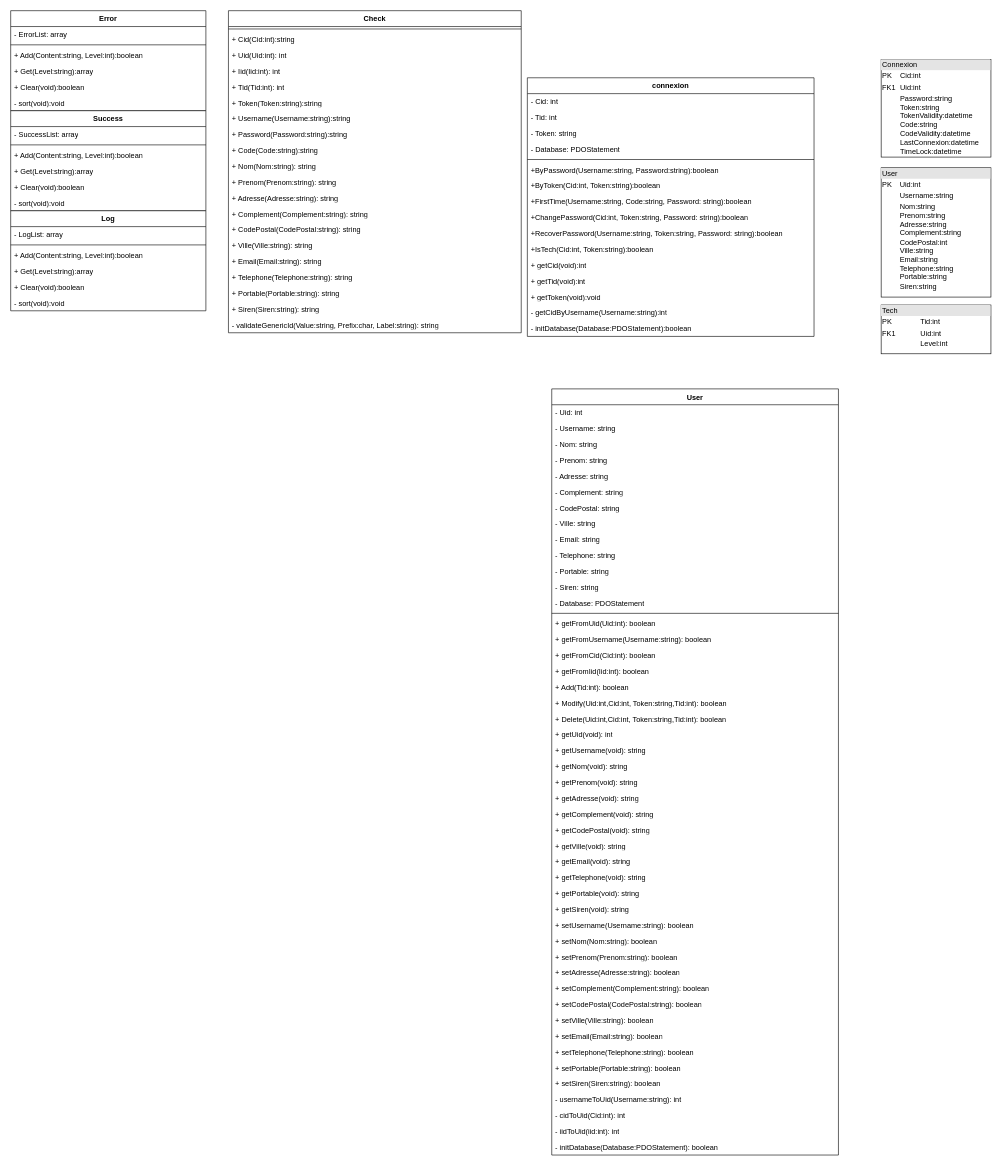
The draw.io diagram Docs/Diagram/ClassDiagram.drawio in ROYJohan08/RJI-User.royjohan.fr, before the edit. Source tidied: cells renumbered, new cells numbered last; positions are measured from the earlier drawing's top-left corner, leaving out a move shared by most shapes. Both pictures are drawn from the tidied source at 61%, with x=0, y=0 at pixel (10, 10).
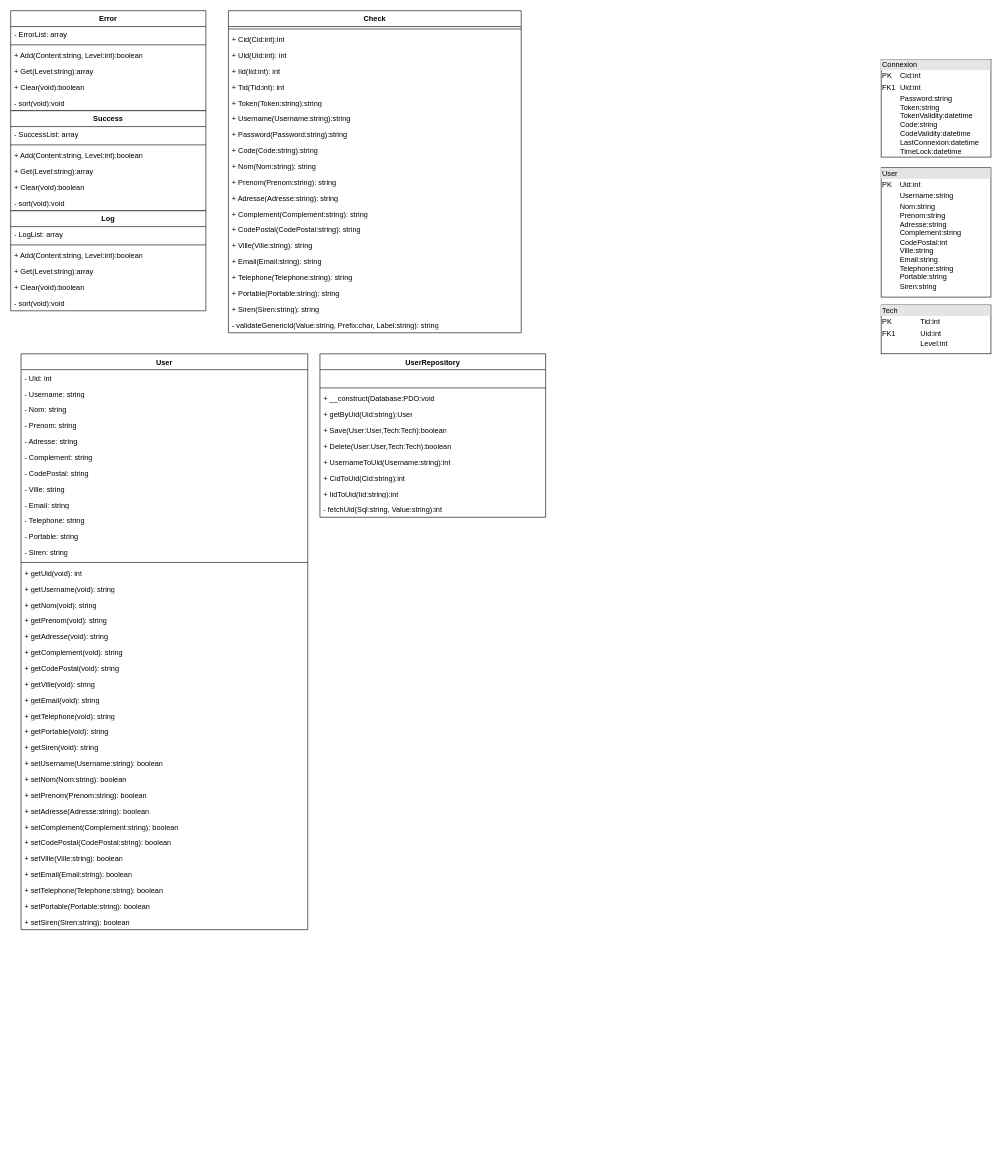
The same page after the edit.

Unchanged cells that the change refers to:
```xml
<mxCell id="71" value="Check" style="swimlane;fontStyle=1;align=center;verticalAlign=top;horizontal=1;startSize=26;whiteSpace=wrap;html=1;" parent="1" vertex="1">
  <mxGeometry x="357" width="480" height="528" as="geometry" />
</mxCell>
```

What changed in the source:
```diff
@@
-    <mxCell id="2" value="connexion" style="swimlane;fontStyle=1;align=center;verticalAlign=top;horizontal=1;startSize=26;whiteSpace=wrap;html=1;" parent="1" vertex="1">
-      <mxGeometry x="847" y="110" width="470" height="424" as="geometry" />
-    </mxCell>
-    <mxCell id="3" value="- Cid: int" style="text;strokeColor=none;fillColor=none;align=left;verticalAlign=top;spacingLeft=4;spacingRight=4;overflow=hidden;whiteSpace=wrap;html=1;" parent="2" vertex="1">
-      <mxGeometry y="26" width="470" height="26" as="geometry" />
-    </mxCell>
-    <mxCell id="4" value="- Tid: int" style="text;strokeColor=none;fillColor=none;align=left;verticalAlign=top;spacingLeft=4;spacingRight=4;overflow=hidden;whiteSpace=wrap;html=1;" parent="2" vertex="1">
-      <mxGeometry y="52" width="470" height="26" as="geometry" />
-    </mxCell>
-    <mxCell id="5" value="- Token: string" style="text;strokeColor=none;fillColor=none;align=left;verticalAlign=top;spacingLeft=4;spacingRight=4;overflow=hidden;whiteSpace=wrap;html=1;" parent="2" vertex="1">
-      <mxGeometry y="78" width="470" height="26" as="geometry" />
-    </mxCell>
-    <mxCell id="6" value="- Database: PDOStatement" style="text;strokeColor=none;fillColor=none;align=left;verticalAlign=top;spacingLeft=4;spacingRight=4;overflow=hidden;whiteSpace=wrap;html=1;" parent="2" vertex="1">
-      <mxGeometry y="104" width="470" height="26" as="geometry" />
-    </mxCell>
-    <mxCell id="7" style="line;strokeWidth=1;fillColor=none;align=left;verticalAlign=middle;spacingTop=-1;spacingLeft=3;spacingRight=3;labelPosition=right;strokeColor=inherit;" parent="2" vertex="1">
-      <mxGeometry y="130" width="470" height="8" as="geometry" />
-    </mxCell>
-    <mxCell id="8" value="+ByPassword(Username:string, Password:string):boolean" style="text;strokeColor=none;fillColor=none;align=left;verticalAlign=top;spacingLeft=4;spacingRight=4;overflow=hidden;whiteSpace=wrap;html=1;" parent="2" vertex="1">
-      <mxGeometry y="138" width="470" height="26" as="geometry" />
-    </mxCell>
-    <mxCell id="9" value="+ByToken(Cid:int, Token:string):boolean" style="text;strokeColor=none;fillColor=none;align=left;verticalAlign=top;spacingLeft=4;spacingRight=4;overflow=hidden;whiteSpace=wrap;html=1;" parent="2" vertex="1">
-      <mxGeometry y="164" width="470" height="26" as="geometry" />
-    </mxCell>
-    <mxCell id="10" value="+FirstTime(Username:string, Code:string, Password: string):boolean" style="text;strokeColor=none;fillColor=none;align=left;verticalAlign=top;spacingLeft=4;spacingRight=4;overflow=hidden;whiteSpace=wrap;html=1;" parent="2" vertex="1">
-      <mxGeometry y="190" width="470" height="26" as="geometry" />
-    </mxCell>
-    <mxCell id="11" value="+ChangePassword(Cid:int, Token:string, Password: string):boolean" style="text;strokeColor=none;fillColor=none;align=left;verticalAlign=top;spacingLeft=4;spacingRight=4;overflow=hidden;whiteSpace=wrap;html=1;" parent="2" vertex="1">
-      <mxGeometry y="216" width="470" height="26" as="geometry" />
-    </mxCell>
-    <mxCell id="12" value="+RecoverPassword(Username:string, Token:string, Password: string):boolean" style="text;strokeColor=none;fillColor=none;align=left;verticalAlign=top;spacingLeft=4;spacingRight=4;overflow=hidden;whiteSpace=wrap;html=1;" parent="2" vertex="1">
-      <mxGeometry y="242" width="470" height="26" as="geometry" />
-    </mxCell>
-    <mxCell id="13" value="+IsTech(Cid:int, Token:string):boolean" style="text;strokeColor=none;fillColor=none;align=left;verticalAlign=top;spacingLeft=4;spacingRight=4;overflow=hidden;whiteSpace=wrap;html=1;" parent="2" vertex="1">
-      <mxGeometry y="268" width="470" height="26" as="geometry" />
-    </mxCell>
-    <mxCell id="14" value="+ getCid(void):int" style="text;strokeColor=none;fillColor=none;align=left;verticalAlign=top;spacingLeft=4;spacingRight=4;overflow=hidden;whiteSpace=wrap;html=1;" parent="2" vertex="1">
-      <mxGeometry y="294" width="470" height="26" as="geometry" />
-    </mxCell>
-    <mxCell id="15" value="+ getTid(void):int" style="text;strokeColor=none;fillColor=none;align=left;verticalAlign=top;spacingLeft=4;spacingRight=4;overflow=hidden;whiteSpace=wrap;html=1;" parent="2" vertex="1">
-      <mxGeometry y="320" width="470" height="26" as="geometry" />
-    </mxCell>
-    <mxCell id="16" value="+ getToken(void):void" style="text;strokeColor=none;fillColor=none;align=left;verticalAlign=top;spacingLeft=4;spacingRight=4;overflow=hidden;whiteSpace=wrap;html=1;" parent="2" vertex="1">
-      <mxGeometry y="346" width="470" height="26" as="geometry" />
-    </mxCell>
-    <mxCell id="17" value="- getCidByUsername(Username:string):int" style="text;strokeColor=none;fillColor=none;align=left;verticalAlign=top;spacingLeft=4;spacingRight=4;overflow=hidden;whiteSpace=wrap;html=1;" parent="2" vertex="1">
-      <mxGeometry y="372" width="470" height="26" as="geometry" />
-    </mxCell>
-    <mxCell id="18" value="- initDatabase(Database:PDOStatement):boolean" style="text;strokeColor=none;fillColor=none;align=left;verticalAlign=top;spacingLeft=4;spacingRight=4;overflow=hidden;whiteSpace=wrap;html=1;" parent="2" vertex="1">
-      <mxGeometry y="398" width="470" height="26" as="geometry" />
-    </mxCell>
@@
     <mxCell id="22" value="&lt;div&gt;User&lt;/div&gt;" style="swimlane;fontStyle=1;align=center;verticalAlign=top;horizontal=1;startSize=26;whiteSpace=wrap;html=1;" parent="1" vertex="1">
-      <mxGeometry x="887" y="620" width="470" height="1256" as="geometry" />
+      <mxGeometry x="17" y="562.5" width="470" height="944" as="geometry" />
     </mxCell>
@@
-    <mxCell id="35" value="- Database: PDOStatement" style="text;strokeColor=none;fillColor=none;align=left;verticalAlign=top;spacingLeft=4;spacingRight=4;overflow=hidden;whiteSpace=wrap;html=1;" parent="22" vertex="1">
-      <mxGeometry y="338" width="470" height="26" as="geometry" />
-    </mxCell>
     <mxCell id="36" style="line;strokeWidth=1;fillColor=none;align=left;verticalAlign=middle;spacingTop=-1;spacingLeft=3;spacingRight=3;labelPosition=right;strokeColor=inherit;" parent="22" vertex="1">
-      <mxGeometry y="364" width="470" height="8" as="geometry" />
+      <mxGeometry y="338" width="470" height="8" as="geometry" />
     </mxCell>
-    <mxCell id="37" value="+ getFromUid(Uid:int): boolean" style="text;strokeColor=none;fillColor=none;align=left;verticalAlign=top;spacingLeft=4;spacingRight=4;overflow=hidden;whiteSpace=wrap;html=1;" parent="22" vertex="1">
-      <mxGeometry y="372" width="470" height="26" as="geometry" />
-    </mxCell>
-    <mxCell id="38" value="+ getFromUsername(Username:string): boolean" style="text;strokeColor=none;fillColor=none;align=left;verticalAlign=top;spacingLeft=4;spacingRight=4;overflow=hidden;whiteSpace=wrap;html=1;" parent="22" vertex="1">
-      <mxGeometry y="398" width="470" height="26" as="geometry" />
-    </mxCell>
-    <mxCell id="39" value="+ getFromCid(Cid:int): boolean" style="text;strokeColor=none;fillColor=none;align=left;verticalAlign=top;spacingLeft=4;spacingRight=4;overflow=hidden;whiteSpace=wrap;html=1;" parent="22" vertex="1">
-      <mxGeometry y="424" width="470" height="26" as="geometry" />
-    </mxCell>
-    <mxCell id="40" value="+ getFromIid(Iid:int): boolean" style="text;strokeColor=none;fillColor=none;align=left;verticalAlign=top;spacingLeft=4;spacingRight=4;overflow=hidden;whiteSpace=wrap;html=1;" parent="22" vertex="1">
-      <mxGeometry y="450" width="470" height="26" as="geometry" />
-    </mxCell>
-    <mxCell id="41" value="+ Add(Tid:int): boolean" style="text;strokeColor=none;fillColor=none;align=left;verticalAlign=top;spacingLeft=4;spacingRight=4;overflow=hidden;whiteSpace=wrap;html=1;" parent="22" vertex="1">
-      <mxGeometry y="476" width="470" height="26" as="geometry" />
-    </mxCell>
-    <mxCell id="42" value="+ Modify(Uid:int,Cid:int, Token:string,Tid:int): boolean" style="text;strokeColor=none;fillColor=none;align=left;verticalAlign=top;spacingLeft=4;spacingRight=4;overflow=hidden;whiteSpace=wrap;html=1;" parent="22" vertex="1">
-      <mxGeometry y="502" width="470" height="26" as="geometry" />
-    </mxCell>
-    <mxCell id="43" value="+ Delete(Uid:int,Cid:int, Token:string,Tid:int): boolean" style="text;strokeColor=none;fillColor=none;align=left;verticalAlign=top;spacingLeft=4;spacingRight=4;overflow=hidden;whiteSpace=wrap;html=1;" parent="22" vertex="1">
-      <mxGeometry y="528" width="470" height="26" as="geometry" />
-    </mxCell>
     <mxCell id="44" value="+ getUid(void): int" style="text;strokeColor=none;fillColor=none;align=left;verticalAlign=top;spacingLeft=4;spacingRight=4;overflow=hidden;whiteSpace=wrap;html=1;" parent="22" vertex="1">
-      <mxGeometry y="554" width="470" height="26" as="geometry" />
+      <mxGeometry y="346" width="470" height="26" as="geometry" />
     </mxCell>
     <mxCell id="45" value="+ getUsername(void): string" style="text;strokeColor=none;fillColor=none;align=left;verticalAlign=top;spacingLeft=4;spacingRight=4;overflow=hidden;whiteSpace=wrap;html=1;" parent="22" vertex="1">
-      <mxGeometry y="580" width="470" height="26" as="geometry" />
+      <mxGeometry y="372" width="470" height="26" as="geometry" />
     </mxCell>
     <mxCell id="46" value="+ getNom(void): string" style="text;strokeColor=none;fillColor=none;align=left;verticalAlign=top;spacingLeft=4;spacingRight=4;overflow=hidden;whiteSpace=wrap;html=1;" parent="22" vertex="1">
-      <mxGeometry y="606" width="470" height="26" as="geometry" />
+      <mxGeometry y="398" width="470" height="26" as="geometry" />
     </mxCell>
     <mxCell id="47" value="+ getPrenom(void): string" style="text;strokeColor=none;fillColor=none;align=left;verticalAlign=top;spacingLeft=4;spacingRight=4;overflow=hidden;whiteSpace=wrap;html=1;" parent="22" vertex="1">
-      <mxGeometry y="632" width="470" height="26" as="geometry" />
+      <mxGeometry y="424" width="470" height="26" as="geometry" />
     </mxCell>
     <mxCell id="48" value="+ getAdresse(void): string" style="text;strokeColor=none;fillColor=none;align=left;verticalAlign=top;spacingLeft=4;spacingRight=4;overflow=hidden;whiteSpace=wrap;html=1;" parent="22" vertex="1">
-      <mxGeometry y="658" width="470" height="26" as="geometry" />
+      <mxGeometry y="450" width="470" height="26" as="geometry" />
     </mxCell>
     <mxCell id="49" value="+ getComplement(void): string" style="text;strokeColor=none;fillColor=none;align=left;verticalAlign=top;spacingLeft=4;spacingRight=4;overflow=hidden;whiteSpace=wrap;html=1;" parent="22" vertex="1">
-      <mxGeometry y="684" width="470" height="26" as="geometry" />
+      <mxGeometry y="476" width="470" height="26" as="geometry" />
     </mxCell>
     <mxCell id="50" value="&lt;div&gt;+ getCodePostal(void): string&lt;/div&gt;" style="text;strokeColor=none;fillColor=none;align=left;verticalAlign=top;spacingLeft=4;spacingRight=4;overflow=hidden;whiteSpace=wrap;html=1;" parent="22" vertex="1">
-      <mxGeometry y="710" width="470" height="26" as="geometry" />
+      <mxGeometry y="502" width="470" height="26" as="geometry" />
     </mxCell>
     <mxCell id="51" value="&lt;div&gt;+ getVille(void): string&lt;/div&gt;" style="text;strokeColor=none;fillColor=none;align=left;verticalAlign=top;spacingLeft=4;spacingRight=4;overflow=hidden;whiteSpace=wrap;html=1;" parent="22" vertex="1">
-      <mxGeometry y="736" width="470" height="26" as="geometry" />
+      <mxGeometry y="528" width="470" height="26" as="geometry" />
     </mxCell>
     <mxCell id="52" value="&lt;div&gt;+ getEmail(void): string&lt;/div&gt;" style="text;strokeColor=none;fillColor=none;align=left;verticalAlign=top;spacingLeft=4;spacingRight=4;overflow=hidden;whiteSpace=wrap;html=1;" parent="22" vertex="1">
-      <mxGeometry y="762" width="470" height="26" as="geometry" />
+      <mxGeometry y="554" width="470" height="26" as="geometry" />
     </mxCell>
     <mxCell id="53" value="&lt;div&gt;+ getTelephone(void): string&lt;/div&gt;" style="text;strokeColor=none;fillColor=none;align=left;verticalAlign=top;spacingLeft=4;spacingRight=4;overflow=hidden;whiteSpace=wrap;html=1;" parent="22" vertex="1">
-      <mxGeometry y="788" width="470" height="26" as="geometry" />
+      <mxGeometry y="580" width="470" height="26" as="geometry" />
     </mxCell>
     <mxCell id="54" value="&lt;div&gt;+ getPortable(void): string&lt;/div&gt;" style="text;strokeColor=none;fillColor=none;align=left;verticalAlign=top;spacingLeft=4;spacingRight=4;overflow=hidden;whiteSpace=wrap;html=1;" parent="22" vertex="1">
-      <mxGeometry y="814" width="470" height="26" as="geometry" />
+      <mxGeometry y="606" width="470" height="26" as="geometry" />
     </mxCell>
     <mxCell id="55" value="&lt;div&gt;+ getSiren(void): string&lt;/div&gt;" style="text;strokeColor=none;fillColor=none;align=left;verticalAlign=top;spacingLeft=4;spacingRight=4;overflow=hidden;whiteSpace=wrap;html=1;" parent="22" vertex="1">
-      <mxGeometry y="840" width="470" height="26" as="geometry" />
+      <mxGeometry y="632" width="470" height="26" as="geometry" />
     </mxCell>
     <mxCell id="56" value="&lt;div&gt;+ setUsername(Username:string): boolean&lt;/div&gt;" style="text;strokeColor=none;fillColor=none;align=left;verticalAlign=top;spacingLeft=4;spacingRight=4;overflow=hidden;whiteSpace=wrap;html=1;" parent="22" vertex="1">
-      <mxGeometry y="866" width="470" height="26" as="geometry" />
+      <mxGeometry y="658" width="470" height="26" as="geometry" />
     </mxCell>
     <mxCell id="57" value="&lt;div&gt;+ setNom(Nom:string): boolean&lt;/div&gt;" style="text;strokeColor=none;fillColor=none;align=left;verticalAlign=top;spacingLeft=4;spacingRight=4;overflow=hidden;whiteSpace=wrap;html=1;" parent="22" vertex="1">
-      <mxGeometry y="892" width="470" height="26" as="geometry" />
+      <mxGeometry y="684" width="470" height="26" as="geometry" />
     </mxCell>
     <mxCell id="58" value="&lt;div&gt;+ setPrenom(Prenom:string): boolean&lt;/div&gt;" style="text;strokeColor=none;fillColor=none;align=left;verticalAlign=top;spacingLeft=4;spacingRight=4;overflow=hidden;whiteSpace=wrap;html=1;" parent="22" vertex="1">
-      <mxGeometry y="918" width="470" height="26" as="geometry" />
+      <mxGeometry y="710" width="470" height="26" as="geometry" />
     </mxCell>
     <mxCell id="59" value="&lt;div&gt;+ setAdresse(Adresse:string): boolean&lt;/div&gt;" style="text;strokeColor=none;fillColor=none;align=left;verticalAlign=top;spacingLeft=4;spacingRight=4;overflow=hidden;whiteSpace=wrap;html=1;" parent="22" vertex="1">
-      <mxGeometry y="944" width="470" height="26" as="geometry" />
+      <mxGeometry y="736" width="470" height="26" as="geometry" />
     </mxCell>
     <mxCell id="60" value="&lt;div&gt;+ setComplement(Complement:string): boolean&lt;/div&gt;" style="text;strokeColor=none;fillColor=none;align=left;verticalAlign=top;spacingLeft=4;spacingRight=4;overflow=hidden;whiteSpace=wrap;html=1;" parent="22" vertex="1">
-      <mxGeometry y="970" width="470" height="26" as="geometry" />
+      <mxGeometry y="762" width="470" height="26" as="geometry" />
     </mxCell>
     <mxCell id="61" value="&lt;div&gt;+ setCodePostal(CodePostal:string): boolean&lt;/div&gt;" style="text;strokeColor=none;fillColor=none;align=left;verticalAlign=top;spacingLeft=4;spacingRight=4;overflow=hidden;whiteSpace=wrap;html=1;" parent="22" vertex="1">
-      <mxGeometry y="996" width="470" height="26" as="geometry" />
+      <mxGeometry y="788" width="470" height="26" as="geometry" />
     </mxCell>
     <mxCell id="62" value="&lt;div&gt;+ setVille(Ville:string): boolean&lt;/div&gt;" style="text;strokeColor=none;fillColor=none;align=left;verticalAlign=top;spacingLeft=4;spacingRight=4;overflow=hidden;whiteSpace=wrap;html=1;" parent="22" vertex="1">
-      <mxGeometry y="1022" width="470" height="26" as="geometry" />
+      <mxGeometry y="814" width="470" height="26" as="geometry" />
     </mxCell>
     <mxCell id="63" value="&lt;div&gt;+ setEmail(Email:string): boolean&lt;/div&gt;" style="text;strokeColor=none;fillColor=none;align=left;verticalAlign=top;spacingLeft=4;spacingRight=4;overflow=hidden;whiteSpace=wrap;html=1;" parent="22" vertex="1">
-      <mxGeometry y="1048" width="470" height="26" as="geometry" />
+      <mxGeometry y="840" width="470" height="26" as="geometry" />
     </mxCell>
     <mxCell id="64" value="&lt;div&gt;+ setTelephone(Telephone:string): boolean&lt;/div&gt;" style="text;strokeColor=none;fillColor=none;align=left;verticalAlign=top;spacingLeft=4;spacingRight=4;overflow=hidden;whiteSpace=wrap;html=1;" parent="22" vertex="1">
-      <mxGeometry y="1074" width="470" height="26" as="geometry" />
+      <mxGeometry y="866" width="470" height="26" as="geometry" />
     </mxCell>
     <mxCell id="65" value="&lt;div&gt;+ setPortable(Portable:string): boolean&lt;/div&gt;" style="text;strokeColor=none;fillColor=none;align=left;verticalAlign=top;spacingLeft=4;spacingRight=4;overflow=hidden;whiteSpace=wrap;html=1;" parent="22" vertex="1">
-      <mxGeometry y="1100" width="470" height="26" as="geometry" />
+      <mxGeometry y="892" width="470" height="26" as="geometry" />
     </mxCell>
     <mxCell id="66" value="&lt;div&gt;+ setSiren(Siren:string): boolean&lt;/div&gt;" style="text;strokeColor=none;fillColor=none;align=left;verticalAlign=top;spacingLeft=4;spacingRight=4;overflow=hidden;whiteSpace=wrap;html=1;" parent="22" vertex="1">
-      <mxGeometry y="1126" width="470" height="26" as="geometry" />
+      <mxGeometry y="918" width="470" height="26" as="geometry" />
     </mxCell>
-    <mxCell id="67" value="&lt;div&gt;- usernameToUid(Username:string): int&lt;/div&gt;" style="text;strokeColor=none;fillColor=none;align=left;verticalAlign=top;spacingLeft=4;spacingRight=4;overflow=hidden;whiteSpace=wrap;html=1;" parent="22" vertex="1">
-      <mxGeometry y="1152" width="470" height="26" as="geometry" />
-    </mxCell>
-    <mxCell id="68" value="&lt;div&gt;- cidToUid(Cid:int): int&lt;/div&gt;" style="text;strokeColor=none;fillColor=none;align=left;verticalAlign=top;spacingLeft=4;spacingRight=4;overflow=hidden;whiteSpace=wrap;html=1;" parent="22" vertex="1">
-      <mxGeometry y="1178" width="470" height="26" as="geometry" />
-    </mxCell>
-    <mxCell id="69" value="&lt;div&gt;- iidToUid(iid:int): int&lt;/div&gt;" style="text;strokeColor=none;fillColor=none;align=left;verticalAlign=top;spacingLeft=4;spacingRight=4;overflow=hidden;whiteSpace=wrap;html=1;" parent="22" vertex="1">
-      <mxGeometry y="1204" width="470" height="26" as="geometry" />
-    </mxCell>
-    <mxCell id="70" value="&lt;div&gt;- initDatabase(Database:PDOStatement): boolean&lt;/div&gt;" style="text;strokeColor=none;fillColor=none;align=left;verticalAlign=top;spacingLeft=4;spacingRight=4;overflow=hidden;whiteSpace=wrap;html=1;" parent="22" vertex="1">
-      <mxGeometry y="1230" width="470" height="26" as="geometry" />
-    </mxCell>
@@
-    <mxCell id="73" value="+ Cid(Cid:int):string" style="text;strokeColor=none;fillColor=none;align=left;verticalAlign=top;spacingLeft=4;spacingRight=4;overflow=hidden;whiteSpace=wrap;html=1;" parent="71" vertex="1">
+    <mxCell id="73" value="+ Cid(Cid:int):int" style="text;strokeColor=none;fillColor=none;align=left;verticalAlign=top;spacingLeft=4;spacingRight=4;overflow=hidden;whiteSpace=wrap;html=1;" parent="71" vertex="1">
       <mxGeometry y="34" width="480" height="26" as="geometry" />
     </mxCell>
@@
+    <mxCell id="113" value="UserRepository" style="swimlane;fontStyle=1;align=center;verticalAlign=top;horizontal=1;startSize=26;whiteSpace=wrap;html=1;" parent="1" vertex="1">
+      <mxGeometry x="507" y="562.5" width="370" height="268" as="geometry" />
+    </mxCell>
+    <mxCell id="114" value="&lt;div&gt;&lt;br&gt;&lt;/div&gt;&lt;div&gt;&lt;br&gt;&lt;/div&gt;" style="text;strokeColor=none;fillColor=none;align=left;verticalAlign=top;spacingLeft=4;spacingRight=4;overflow=hidden;whiteSpace=wrap;html=1;" parent="113" vertex="1">
+      <mxGeometry y="26" width="370" height="26" as="geometry" />
+    </mxCell>
+    <mxCell id="115" style="line;strokeWidth=1;fillColor=none;align=left;verticalAlign=middle;spacingTop=-1;spacingLeft=3;spacingRight=3;labelPosition=right;strokeColor=inherit;" parent="113" vertex="1">
+      <mxGeometry y="52" width="370" height="8" as="geometry" />
+    </mxCell>
+    <mxCell id="116" value="+ __construct(Database:PDO:void" style="text;strokeColor=none;fillColor=none;align=left;verticalAlign=top;spacingLeft=4;spacingRight=4;overflow=hidden;whiteSpace=wrap;html=1;" parent="113" vertex="1">
+      <mxGeometry y="60" width="370" height="26" as="geometry" />
+    </mxCell>
+    <mxCell id="117" value="+ getByUid(Uid:string):User" style="text;strokeColor=none;fillColor=none;align=left;verticalAlign=top;spacingLeft=4;spacingRight=4;overflow=hidden;whiteSpace=wrap;html=1;" parent="113" vertex="1">
+      <mxGeometry y="86" width="370" height="26" as="geometry" />
+    </mxCell>
+    <mxCell id="118" value="+ Save(User:User,Tech:Tech):boolean" style="text;strokeColor=none;fillColor=none;align=left;verticalAlign=top;spacingLeft=4;spacingRight=4;overflow=hidden;whiteSpace=wrap;html=1;" parent="113" vertex="1">
+      <mxGeometry y="112" width="370" height="26" as="geometry" />
+    </mxCell>
+    <mxCell id="119" value="+ Delete(User:User,Tech:Tech):boolean" style="text;strokeColor=none;fillColor=none;align=left;verticalAlign=top;spacingLeft=4;spacingRight=4;overflow=hidden;whiteSpace=wrap;html=1;" parent="113" vertex="1">
+      <mxGeometry y="138" width="370" height="26" as="geometry" />
+    </mxCell>
+    <mxCell id="120" value="+ UsernameToUid(Username:string):int" style="text;strokeColor=none;fillColor=none;align=left;verticalAlign=top;spacingLeft=4;spacingRight=4;overflow=hidden;whiteSpace=wrap;html=1;" parent="113" vertex="1">
+      <mxGeometry y="164" width="370" height="26" as="geometry" />
+    </mxCell>
+    <mxCell id="121" value="+ CidToUid(Cid:string):int" style="text;strokeColor=none;fillColor=none;align=left;verticalAlign=top;spacingLeft=4;spacingRight=4;overflow=hidden;whiteSpace=wrap;html=1;" parent="113" vertex="1">
+      <mxGeometry y="190" width="370" height="26" as="geometry" />
+    </mxCell>
+    <mxCell id="122" value="+ IidToUid(Iid:string):int" style="text;strokeColor=none;fillColor=none;align=left;verticalAlign=top;spacingLeft=4;spacingRight=4;overflow=hidden;whiteSpace=wrap;html=1;" parent="113" vertex="1">
+      <mxGeometry y="216" width="370" height="26" as="geometry" />
+    </mxCell>
+    <mxCell id="123" value="- fetchUid(Sql:string, Value:string):int" style="text;strokeColor=none;fillColor=none;align=left;verticalAlign=top;spacingLeft=4;spacingRight=4;overflow=hidden;whiteSpace=wrap;html=1;" parent="113" vertex="1">
+      <mxGeometry y="242" width="370" height="26" as="geometry" />
+    </mxCell>
```
